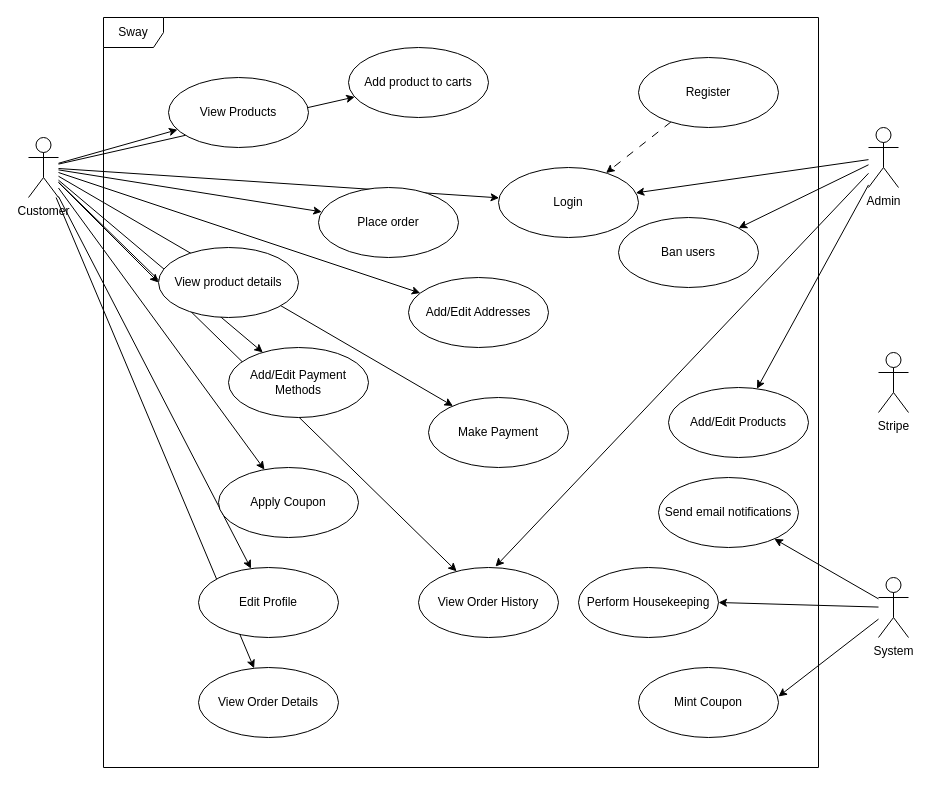
Above: page "Use Case Diagram" (3 of 3) of docs/Sway.drawio in data-miner00/Sway (draw.io), before the change. Source tidied: cells renumbered, new cells numbered last; positions are measured from the earlier drawing's top-left corner, leaving out a move shared by most shapes. Both pictures are drawn from the tidied source at 100%, with x=0, y=0 at pixel (28, 17).
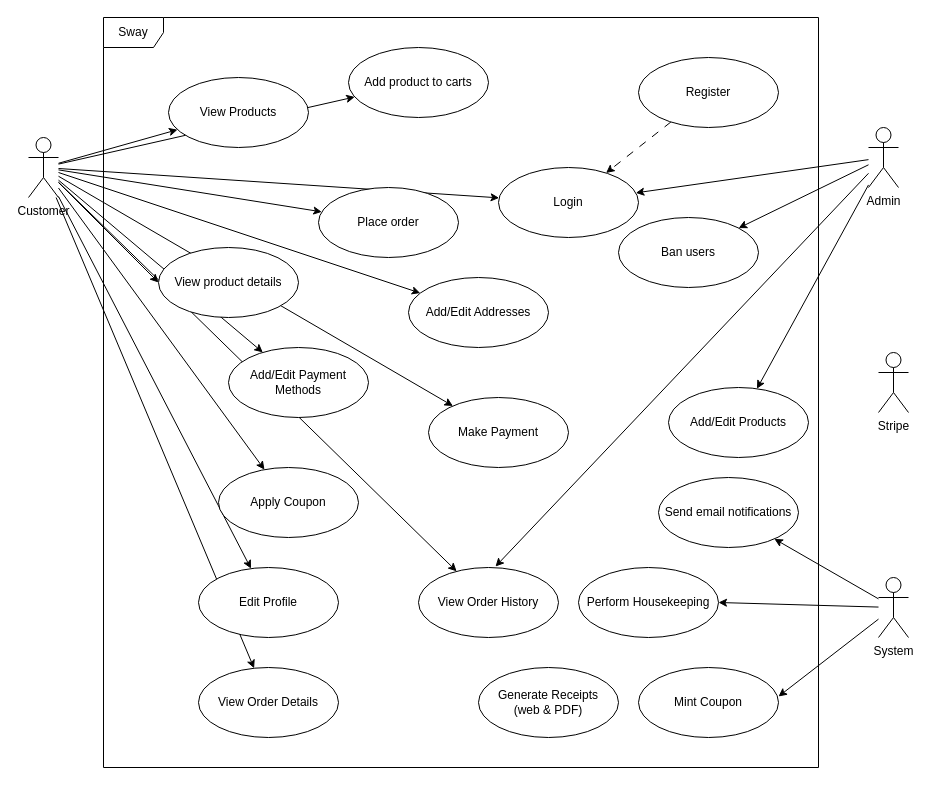
Above is the later version.

Change to the diagram source:
```diff
@@
+    <mxCell id="45" value="Generate Receipts&lt;br&gt;(web &amp;amp; PDF)" style="ellipse;whiteSpace=wrap;html=1;" parent="1" vertex="1">
+      <mxGeometry x="450" y="650" width="140" height="70" as="geometry" />
+    </mxCell>
```
